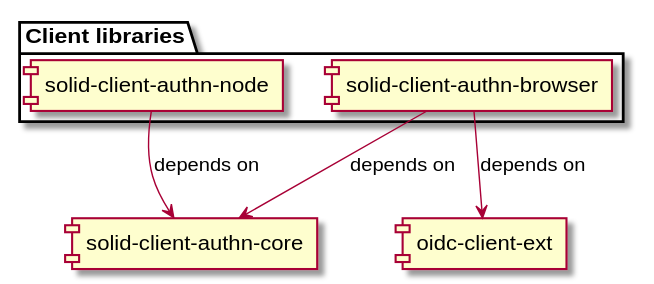
Earlier version of the PlantUML export documentation/diagrams/module_map.svg (inrupt/solid-client-authn-js). The source it was exported from:
```plantuml
@startuml


package "Client libraries" {
	[solid-client-authn-browser]
	[solid-client-authn-node]
}

[solid-client-authn-browser] --> [solid-client-authn-core]: depends on
[solid-client-authn-browser] --> [oidc-client-ext]: depends on
[solid-client-authn-node] --> [solid-client-authn-core]: depends on


@enduml
```
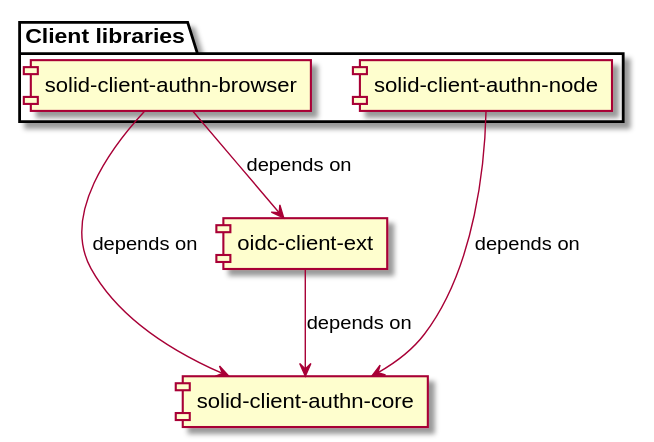
The same file after the commit.

Commit message:
Update module dependency graph

PR#1339 updates the dependency graph, and this updates its
representation accordingly.

The edit, as a diff of the source:
```diff
@@ -9,6 +9,7 @@
 [solid-client-authn-browser] --> [solid-client-authn-core]: depends on
 [solid-client-authn-browser] --> [oidc-client-ext]: depends on
 [solid-client-authn-node] --> [solid-client-authn-core]: depends on
+[oidc-client-ext] --> [solid-client-authn-core]: depends on
 
 
 @enduml
```
